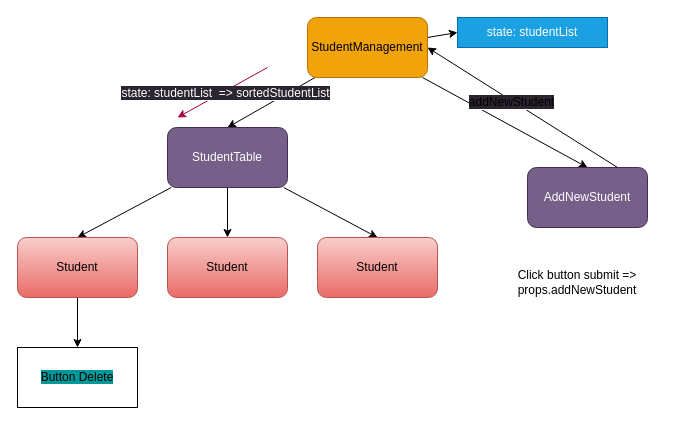
Above: lesson05-06-form-state-events/ComponentTree.drawio in HungTrinhIT/MindX-CIJS-85 (draw.io), before the change. Source tidied: cells renumbered, new cells numbered last; positions are measured from the earlier drawing's top-left corner, leaving out a move shared by most shapes. Both pictures are drawn from the tidied source at 100%, with x=0, y=0 at pixel (17, 17).
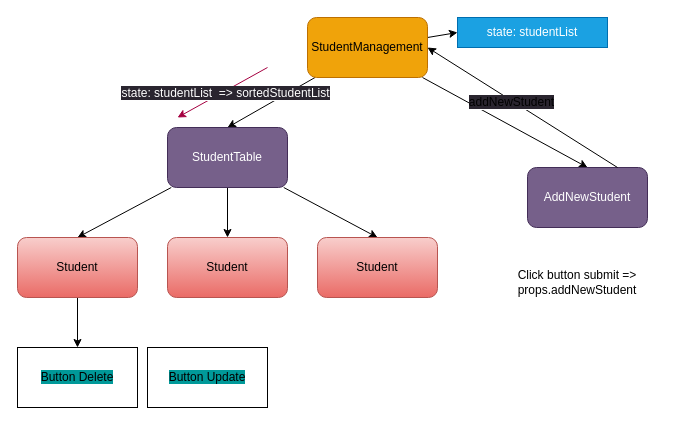
Above is the later version.

Diff of the diagram source:
```diff
@@
+    <mxCell id="22" value="&lt;span style=&quot;background-color: rgb(0, 153, 153);&quot;&gt;Button Update&lt;/span&gt;" style="rounded=0;whiteSpace=wrap;html=1;" parent="1" vertex="1">
+      <mxGeometry x="130" y="330" width="120" height="60" as="geometry" />
+    </mxCell>
```
